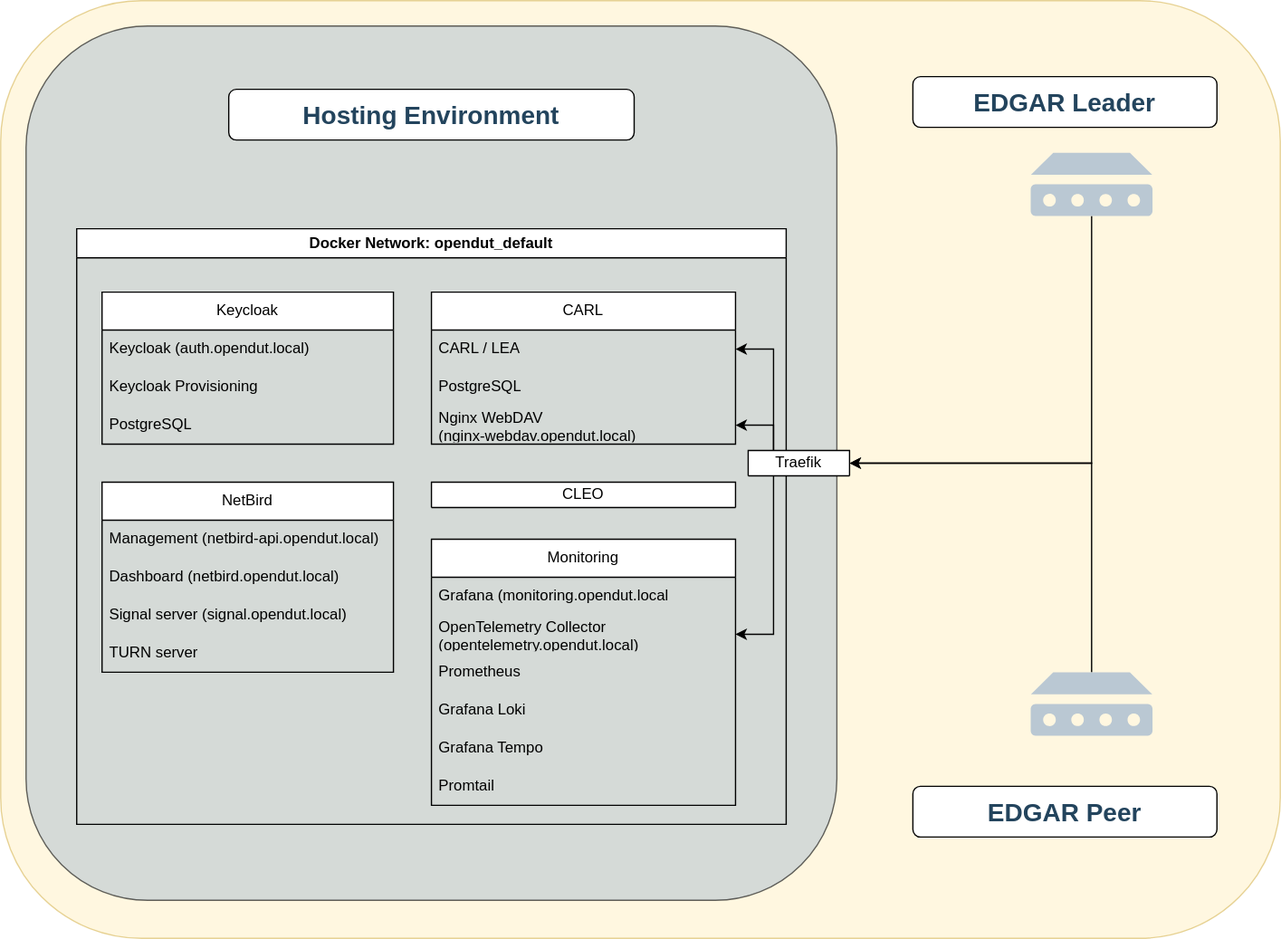
Above: doc/src/architecture/deployment/img/opendut-vm-edgar-test-setup.drawio.svg in eclipse-opendut/opendut (draw.io), before the change. Source tidied: cells renumbered, new cells last; positions are measured from the earlier drawing's top-left corner, leaving out a move shared by most shapes.
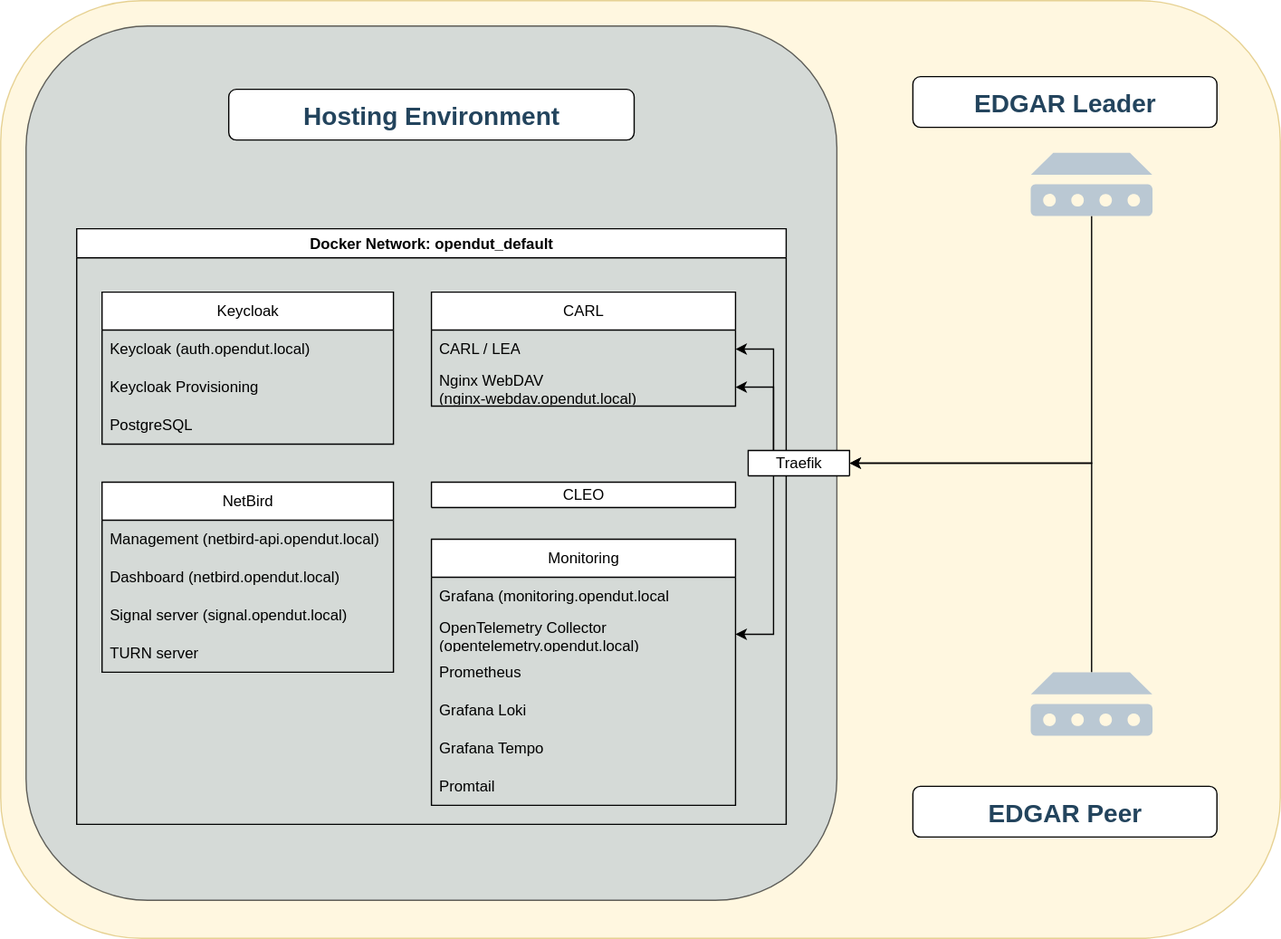
Later version of the same file.

Commit message:
Doc: Remove Postgres from CARL in architecture overview and rename Promtail to Alloy in Telemetry overview.

The edit, as a diff of the source:
```diff
@@ -63,16 +63,13 @@
       <mxGeometry x="813" y="530" width="96.2" height="50" as="geometry" />
     </mxCell>
     <mxCell id="22" value="CARL" style="swimlane;fontStyle=0;horizontal=1;startSize=30;whiteSpace=wrap;html=1;" parent="1" vertex="1">
-      <mxGeometry x="340" y="230" width="240" height="120" as="geometry" />
+      <mxGeometry x="340" y="230" width="240" height="90" as="geometry" />
     </mxCell>
     <mxCell id="23" value="CARL / LEA" style="text;strokeColor=none;fillColor=none;align=left;verticalAlign=middle;spacingLeft=4;spacingRight=4;overflow=hidden;points=[[0,0.5],[1,0.5]];portConstraint=eastwest;whiteSpace=wrap;html=1;" parent="22" vertex="1">
       <mxGeometry y="30" width="240" height="30" as="geometry" />
     </mxCell>
-    <mxCell id="24" value="PostgreSQL" style="text;strokeColor=none;fillColor=none;align=left;verticalAlign=middle;spacingLeft=4;spacingRight=4;overflow=hidden;whiteSpace=wrap;html=1;" parent="22" vertex="1">
-      <mxGeometry y="60" width="240" height="30" as="geometry" />
-    </mxCell>
     <mxCell id="25" value="Nginx WebDAV&lt;br&gt;(nginx-webdav.opendut.local)" style="text;strokeColor=none;fillColor=none;align=left;verticalAlign=middle;spacingLeft=4;spacingRight=4;overflow=hidden;points=[[0,0.5],[1,0.5]];portConstraint=eastwest;whiteSpace=wrap;html=1;" parent="22" vertex="1">
-      <mxGeometry y="90" width="240" height="30" as="geometry" />
+      <mxGeometry y="60" width="240" height="30" as="geometry" />
     </mxCell>
     <mxCell id="26" value="Monitoring" style="swimlane;fontStyle=0;horizontal=1;startSize=30;whiteSpace=wrap;html=1;" parent="1" vertex="1">
       <mxGeometry x="340" y="425" width="240" height="210" as="geometry" />
```
